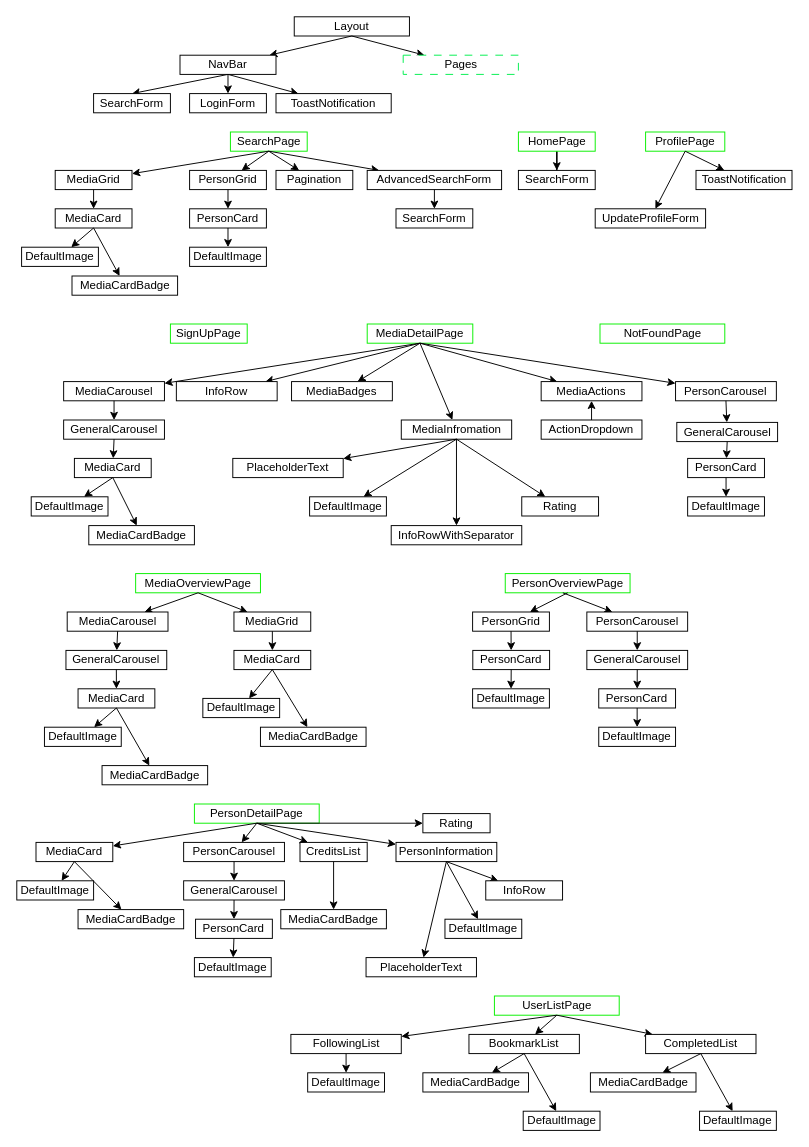
The draw.io diagram src/frontend/docs/hierarchy-diagram.drawio in RUC-MSc-CS-CIT-2024/portfolio_subproject_3, before the edit. Source tidied: cells renumbered, new cells numbered last; positions are measured from the earlier drawing's top-left corner, leaving out a move shared by most shapes. Both pictures are drawn from the tidied source at 96%, with x=0, y=0 at pixel (16, 16).
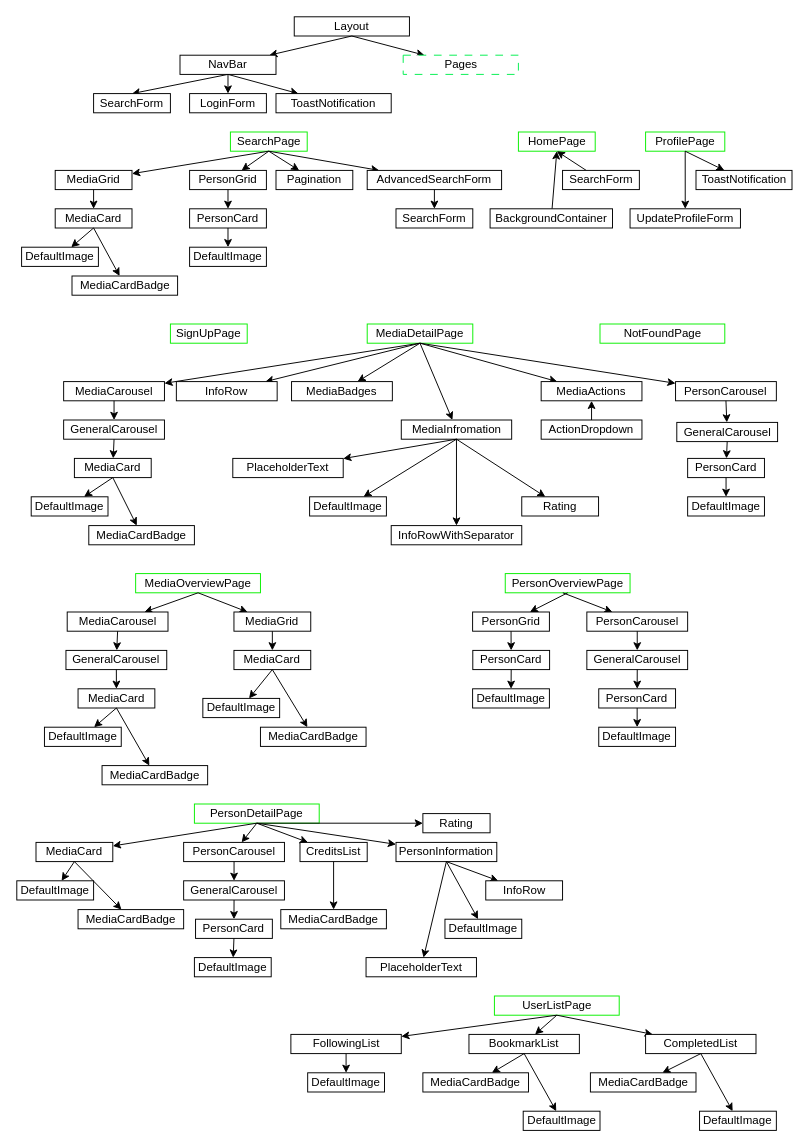
The same page after the edit.

The change refers to these unchanged cells:
```xml
<mxCell id="6" value="HomePage" style="whiteSpace=wrap;html=1;strokeColor=#08F000;" parent="1" vertex="1">
  <mxGeometry x="522.5" y="120" width="80" height="20" as="geometry" />
</mxCell>
```

What changed in the source:
```diff
@@
-    <mxCell id="5" style="edgeStyle=orthogonalEdgeStyle;rounded=0;jettySize=auto;html=1;entryX=0.5;entryY=0;entryDx=0;entryDy=0;" parent="1" edge="1" source="6" target="11">
-      <mxGeometry relative="1" as="geometry" />
-    </mxCell>
@@
+    <mxCell id="161" style="edgeStyle=none;html=1;entryX=0.5;entryY=1;entryDx=0;entryDy=0;" parent="1" edge="1" source="11" target="6">
+      <mxGeometry relative="1" as="geometry" />
+    </mxCell>
     <mxCell id="11" value="SearchForm" style="whiteSpace=wrap;html=1;" parent="1" vertex="1">
-      <mxGeometry x="522.5" y="160" width="80" height="20" as="geometry" />
+      <mxGeometry x="568.5" y="160" width="80" height="20" as="geometry" />
     </mxCell>
@@
     <mxCell id="158" value="UpdateProfileForm" style="whiteSpace=wrap;html=1;" parent="1" vertex="1">
-      <mxGeometry x="602.5" y="200" width="115" height="20" as="geometry" />
+      <mxGeometry x="638.8" y="200" width="115" height="20" as="geometry" />
     </mxCell>
@@
+    <mxCell id="162" style="edgeStyle=none;html=1;entryX=0.5;entryY=1;entryDx=0;entryDy=0;" parent="1" edge="1" source="163" target="6">
+      <mxGeometry relative="1" as="geometry" />
+    </mxCell>
+    <mxCell id="163" value="BackgroundContainer" style="whiteSpace=wrap;html=1;" parent="1" vertex="1">
+      <mxGeometry x="493" y="200" width="127.5" height="20" as="geometry" />
+    </mxCell>
```
